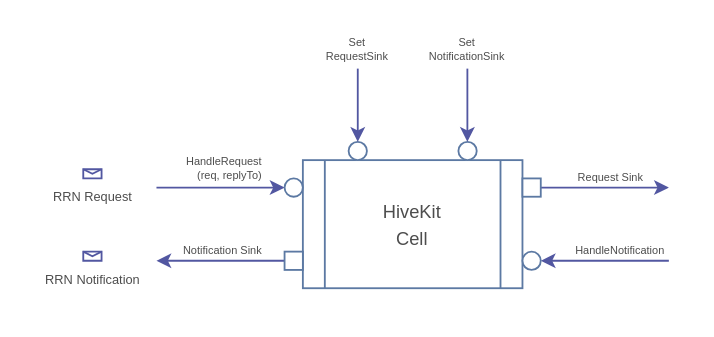
Above: page "cell" (1 of 9) of docs/hivekit.drawio in hiveot/hivekit (draw.io), before the change. Source tidied: cells renumbered, new cells numbered last; positions are measured from the earlier drawing's top-left corner, leaving out a move shared by most shapes. Both pictures are drawn from the tidied source at 183%, with x=0, y=0 at pixel (82, 31).
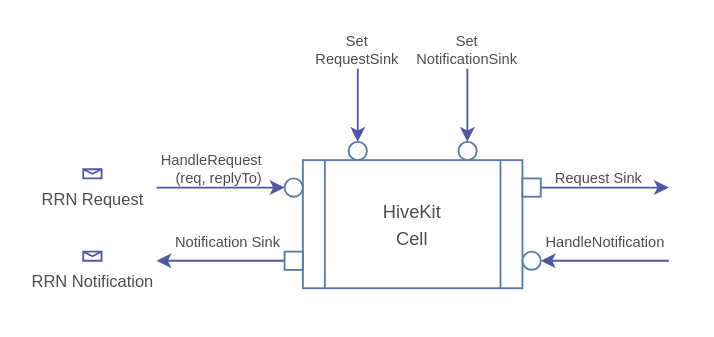
Above is the later version.

Change to the diagram source:
```diff
@@
-    <mxCell id="2" value="HandleRequest &lt;br&gt;(req, replyTo)" style="text;html=1;align=right;verticalAlign=middle;whiteSpace=wrap;rounded=0;fontSize=6;fontColor=#4D4D4D;autosizeText=1;" parent="1" vertex="1">
+    <mxCell id="2" value="HandleRequest &lt;br&gt;(req, replyTo)" style="text;html=1;align=right;verticalAlign=middle;whiteSpace=wrap;rounded=0;fontSize=8;fontColor=#4D4D4D;autosizeText=1;" parent="1" vertex="1">
       <mxGeometry x="40" y="70" width="60" height="10" as="geometry" />
     </mxCell>
-    <mxCell id="3" value="HandleNotification" style="text;html=1;align=right;verticalAlign=middle;whiteSpace=wrap;rounded=0;fontSize=6;fontColor=#4D4D4D;autosizeText=1;" parent="1" vertex="1">
-      <mxGeometry x="260" y="115" width="60" height="10" as="geometry" />
+    <mxCell id="3" value="HandleNotification" style="text;html=1;align=right;verticalAlign=middle;whiteSpace=wrap;rounded=0;fontSize=8;fontColor=#4D4D4D;autosizeText=1;" parent="1" vertex="1">
+      <mxGeometry x="260" y="110" width="60" height="10" as="geometry" />
     </mxCell>
-    <mxCell id="4" value="Request Sink&amp;nbsp;" style="text;html=1;align=right;verticalAlign=middle;whiteSpace=wrap;rounded=0;fontSize=6;fontColor=#4D4D4D;autosizeText=1;" parent="1" vertex="1">
+    <mxCell id="4" value="Request Sink&amp;nbsp;" style="text;html=1;align=right;verticalAlign=middle;whiteSpace=wrap;rounded=0;fontSize=8;fontColor=#4D4D4D;autosizeText=1;" parent="1" vertex="1">
       <mxGeometry x="250" y="75" width="60" height="10" as="geometry" />
     </mxCell>
-    <mxCell id="5" value="Notification Sink" style="text;html=1;align=right;verticalAlign=middle;whiteSpace=wrap;rounded=0;fontSize=6;fontColor=#4D4D4D;autosizeText=1;" parent="1" vertex="1">
-      <mxGeometry x="40" y="115" width="60" height="10" as="geometry" />
+    <mxCell id="5" value="Notification Sink" style="text;html=1;align=right;verticalAlign=middle;whiteSpace=wrap;rounded=0;fontSize=8;fontColor=#4D4D4D;autosizeText=1;" parent="1" vertex="1">
+      <mxGeometry x="50" y="110" width="60" height="10" as="geometry" />
     </mxCell>
-    <mxCell id="6" value="RRN Request" style="shape=message;html=1;html=1;labelPosition=center;verticalLabelPosition=bottom;align=center;verticalAlign=top;fontSize=7;direction=east;strokeColor=#5257A1;fontColor=#4D4D4D;" parent="1" vertex="1">
+    <mxCell id="6" value="RRN Request" style="shape=message;html=1;html=1;labelPosition=center;verticalLabelPosition=bottom;align=center;verticalAlign=top;fontSize=9;direction=east;strokeColor=#5257A1;fontColor=#4D4D4D;" parent="1" vertex="1">
       <mxGeometry y="75" width="10" height="5" as="geometry" />
     </mxCell>
-    <mxCell id="7" value="RRN Notification" style="shape=message;html=1;html=1;labelPosition=center;verticalLabelPosition=bottom;align=center;verticalAlign=top;fontSize=7;strokeColor=#5257A1;fontColor=#4D4D4D;" parent="1" vertex="1">
+    <mxCell id="7" value="RRN Notification" style="shape=message;html=1;html=1;labelPosition=center;verticalLabelPosition=bottom;align=center;verticalAlign=top;fontSize=9;strokeColor=#5257A1;fontColor=#4D4D4D;" parent="1" vertex="1">
       <mxGeometry y="120" width="10" height="5" as="geometry" />
     </mxCell>
@@
-    <mxCell id="12" style="group;fontSize=9;" parent="1" vertex="1">
+    <mxCell id="12" style="group;fontSize=9;labelBackgroundColor=none;" parent="1" vertex="1">
       <mxGeometry x="110" y="70" width="140" height="80" as="geometry" />
     </mxCell>
@@
-    <mxCell id="22" value="Set&lt;div&gt;RequestSink&lt;/div&gt;" style="text;html=1;align=center;verticalAlign=middle;whiteSpace=wrap;rounded=0;fontSize=6;fontColor=#4D4D4D;autosizeText=1;" parent="1" vertex="1">
+    <mxCell id="22" value="Set&lt;div&gt;RequestSink&lt;/div&gt;" style="text;html=1;align=center;verticalAlign=middle;whiteSpace=wrap;rounded=0;fontSize=8;fontColor=#4D4D4D;autosizeText=1;" parent="1" vertex="1">
       <mxGeometry x="120" width="60" height="20" as="geometry" />
     </mxCell>
-    <mxCell id="23" value="Set&lt;div&gt;NotificationSink&lt;/div&gt;" style="text;html=1;align=center;verticalAlign=middle;whiteSpace=wrap;rounded=0;fontSize=6;fontColor=#4D4D4D;autosizeText=1;" parent="1" vertex="1">
+    <mxCell id="23" value="Set&lt;div&gt;NotificationSink&lt;/div&gt;" style="text;html=1;align=center;verticalAlign=middle;whiteSpace=wrap;rounded=0;fontSize=8;fontColor=#4D4D4D;autosizeText=1;fontFamily=Helvetica;convertToSvg=0;svgWhiteSpace=wrap;fontStyle=0;" parent="1" vertex="1">
       <mxGeometry x="180" width="60" height="20" as="geometry" />
     </mxCell>
```
